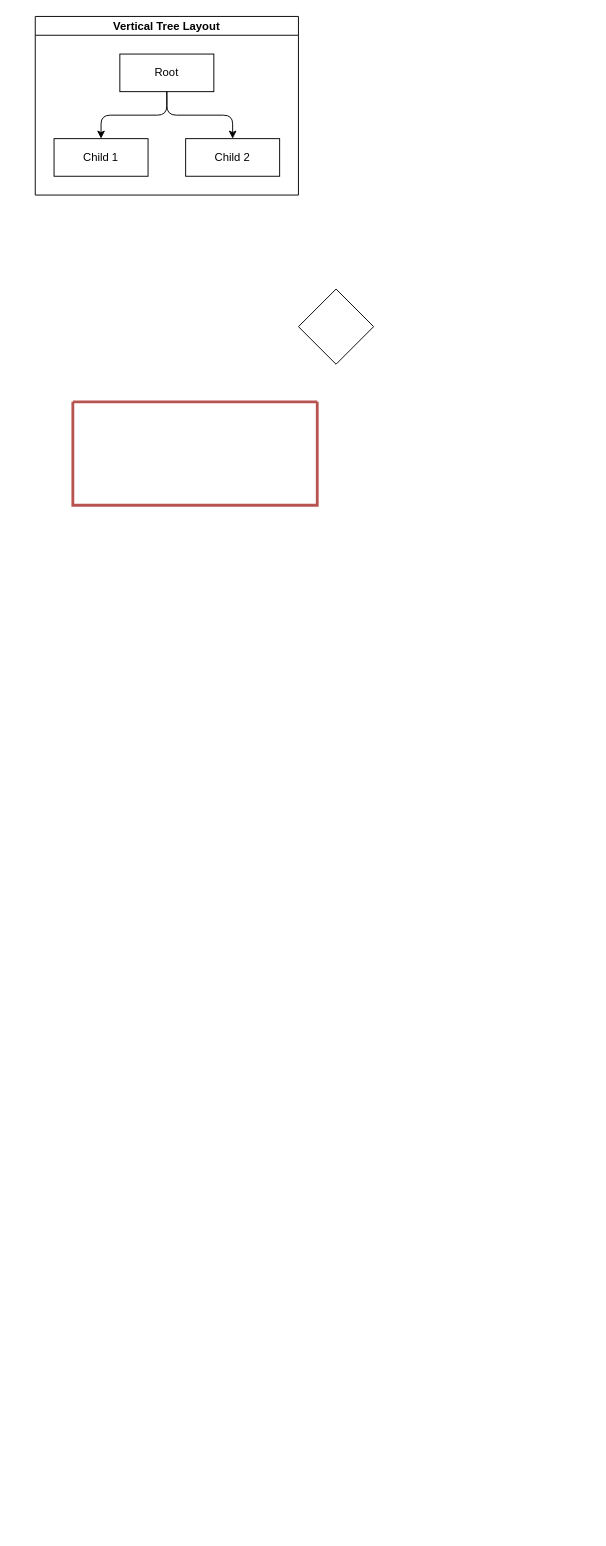
Quixote-Demo/demo keeps this draw.io diagram as page "第 1 页" (1 of 2) of 1233344444.drawio. Above is the earlier version. Source tidied: cells renumbered, new cells numbered last; positions are measured from the earlier drawing's top-left corner, leaving out a move shared by most shapes. Both pictures are drawn from the tidied source at 94%, with x=0, y=0 at pixel (35, 16).
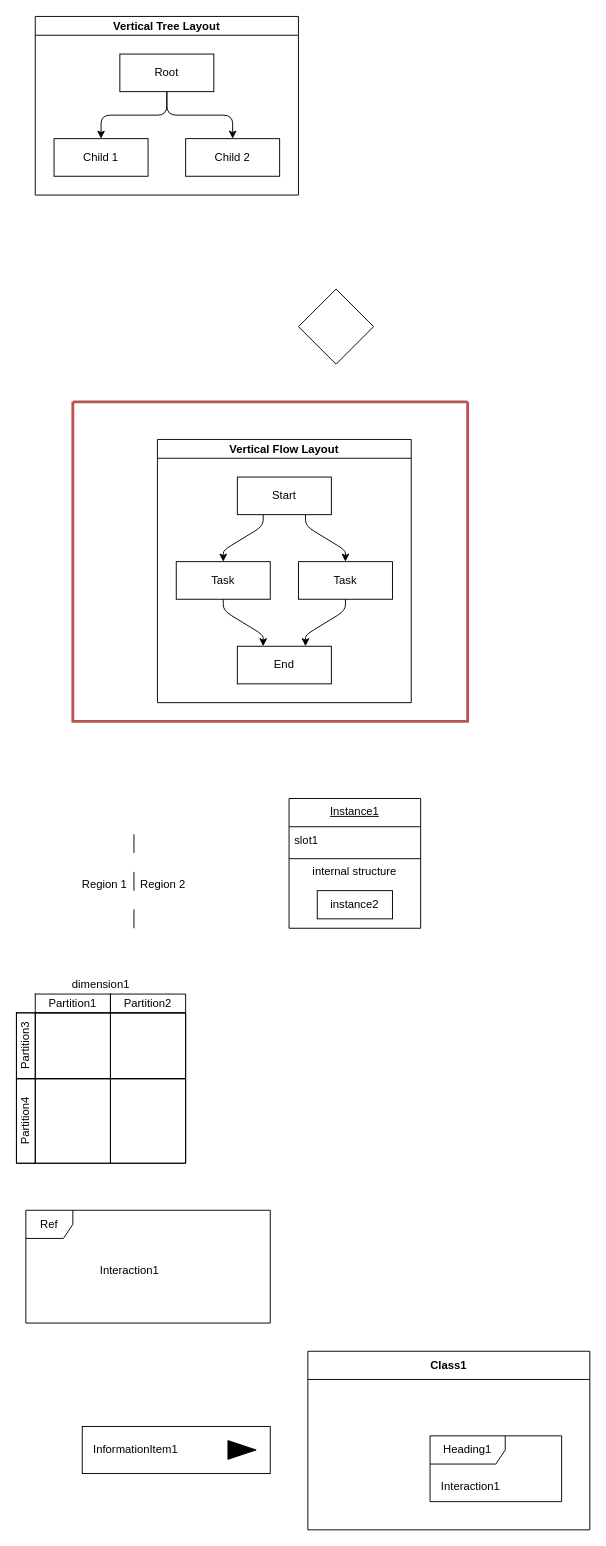
The same page after the edit.

Diff of the diagram source:
```diff
@@
-    <mxCell id="10" style="swimlane;startSize=0;swimlaneFillColor=none;fillColor=#f8cecc;strokeColor=#b85450;strokeWidth=3;" parent="8" vertex="1" collapsed="1">
-      <mxGeometry x="40" y="410" width="260" height="110" as="geometry" />
+    <mxCell id="10" style="swimlane;startSize=0;swimlaneFillColor=none;fillColor=#f8cecc;strokeColor=#b85450;strokeWidth=3;" parent="8" vertex="1">
+      <mxGeometry x="40" y="410" width="420" height="340" as="geometry" />
     </mxCell>
+    <mxCell id="11" value="Vertical Flow Layout" style="swimlane;startSize=20;horizontal=1;flowOrientation=north;interRankCellSpacing=50;containerType=tree;fontSize=12;" parent="10" vertex="1">
+      <mxGeometry x="90" y="40" width="270" height="280" as="geometry" />
+    </mxCell>
+    <mxCell id="12" value="Start" style="whiteSpace=wrap;html=1;" parent="11" vertex="1">
+      <mxGeometry x="85" y="40" width="100" height="40" as="geometry" />
+    </mxCell>
+    <mxCell id="13" value="Task" style="whiteSpace=wrap;html=1;" parent="11" vertex="1">
+      <mxGeometry x="20" y="130" width="100" height="40" as="geometry" />
+    </mxCell>
+    <mxCell id="14" style="html=1;rounded=1;curved=0;sourcePerimeterSpacing=0;targetPerimeterSpacing=0;startSize=6;endSize=6;noEdgeStyle=1;orthogonal=1;" parent="11" edge="1" source="12" target="13">
+      <mxGeometry relative="1" as="geometry">
+        <Array as="points">
+          <mxPoint x="112.5" y="92" />
+          <mxPoint x="70" y="118" />
+        </Array>
+      </mxGeometry>
+    </mxCell>
+    <mxCell id="15" value="Task" style="whiteSpace=wrap;html=1;" parent="11" vertex="1">
+      <mxGeometry x="150" y="130" width="100" height="40" as="geometry" />
+    </mxCell>
+    <mxCell id="16" style="html=1;rounded=1;curved=0;sourcePerimeterSpacing=0;targetPerimeterSpacing=0;startSize=6;endSize=6;noEdgeStyle=1;orthogonal=1;" parent="11" edge="1" source="12" target="15">
+      <mxGeometry relative="1" as="geometry">
+        <Array as="points">
+          <mxPoint x="157.5" y="92" />
+          <mxPoint x="200" y="118" />
+        </Array>
+      </mxGeometry>
+    </mxCell>
+    <mxCell id="17" value="End" style="whiteSpace=wrap;html=1;" parent="11" vertex="1">
+      <mxGeometry x="85" y="220" width="100" height="40" as="geometry" />
+    </mxCell>
+    <mxCell id="18" style="html=1;rounded=1;curved=0;sourcePerimeterSpacing=0;targetPerimeterSpacing=0;startSize=6;endSize=6;noEdgeStyle=1;orthogonal=1;" parent="11" edge="1" source="13" target="17">
+      <mxGeometry relative="1" as="geometry">
+        <Array as="points">
+          <mxPoint x="70" y="182" />
+          <mxPoint x="112.5" y="208" />
+        </Array>
+      </mxGeometry>
+    </mxCell>
+    <mxCell id="19" style="html=1;rounded=1;curved=0;sourcePerimeterSpacing=0;targetPerimeterSpacing=0;startSize=6;endSize=6;noEdgeStyle=1;orthogonal=1;" parent="11" edge="1" source="15" target="17">
+      <mxGeometry relative="1" as="geometry">
+        <Array as="points">
+          <mxPoint x="200" y="182" />
+          <mxPoint x="157.5" y="208" />
+        </Array>
+      </mxGeometry>
+    </mxCell>
+    <mxCell id="20" style="line;strokeWidth=1;direction=south;html=1;dashed=1;dashPattern=20 20;" parent="8" vertex="1">
+      <mxGeometry x="100" y="870" width="10" height="100" as="geometry" />
+    </mxCell>
+    <mxCell id="21" value="Region 1" style="text;align=right;" parent="8" vertex="1">
+      <mxGeometry x="40" y="910" width="60" height="20" as="geometry" />
+    </mxCell>
+    <mxCell id="22" value="Region 2" style="text;align=left;" parent="8" vertex="1">
+      <mxGeometry x="110" y="910" width="60" height="20" as="geometry" />
+    </mxCell>
+    <mxCell id="23" value="Instance1" style="swimlane;fontStyle=4;align=center;verticalAlign=top;horizontal=1;startSize=30;html=1;whiteSpace=wrap;" parent="8" vertex="1">
+      <mxGeometry x="270" y="832" width="140" height="138" as="geometry" />
+    </mxCell>
+    <mxCell id="24" value="slot1" style="html=1;strokeColor=none;fillColor=none;align=left;verticalAlign=middle;spacingLeft=4;spacingRight=4;whiteSpace=wrap;" parent="23" vertex="1">
+      <mxGeometry y="30" width="140" height="30" as="geometry" />
+    </mxCell>
+    <mxCell id="25" style="line;strokeWidth=1;fillColor=none;align=left;verticalAlign=middle;spacingTop=-1;spacingLeft=3;spacingRight=3;labelPosition=right;" parent="23" vertex="1">
+      <mxGeometry y="60" width="140" height="8" as="geometry" />
+    </mxCell>
+    <mxCell id="26" value="internal structure" style="html=1;strokeColor=none;fillColor=none;align=center;verticalAlign=middle;spacingLeft=4;spacingRight=4;whiteSpace=wrap;" parent="23" vertex="1">
+      <mxGeometry y="68" width="140" height="20" as="geometry" />
+    </mxCell>
+    <mxCell id="27" style="swimlane;fontStyle=1;align=center;verticalAlign=top;horizontal=1;startSize=0;html=1;strokeColor=none;fillColor=none;whiteSpace=wrap;" parent="23" vertex="1">
+      <mxGeometry y="88" width="140" height="50" as="geometry" />
+    </mxCell>
+    <mxCell id="28" value="instance2" style="html=1;align=center;verticalAlign=middle;whiteSpace=wrap;" parent="27" vertex="1">
+      <mxGeometry width="80" height="30" relative="1" as="geometry">
+        <mxPoint x="30" y="10" as="offset" />
+      </mxGeometry>
+    </mxCell>
+    <mxCell id="29" value="dimension1" style="shape=table;html=1;whiteSpace=wrap;startSize=20;childLayout=tableLayout;fillColor=none;swimlaneFillColor=#ffffff;strokeColor=none;" parent="8" vertex="1">
+      <mxGeometry x="-20" y="1020" width="180" height="200" as="geometry" />
+    </mxCell>
+    <mxCell id="30" style="shape=partialRectangle;html=1;whiteSpace=wrap;fillColor=none;top=0;left=0;bottom=0;right=0;strokeColor=none;" parent="29" vertex="1">
+      <mxGeometry y="20" width="180" height="20" as="geometry" />
+    </mxCell>
+    <mxCell id="31" style="shape=partialRectangle;html=1;whiteSpace=wrap;fillColor=none;top=1;left=1;bottom=1;right=1;overflow=hidden;strokeColor=none;" parent="30" vertex="1">
+      <mxGeometry width="20" height="20" as="geometry" />
+    </mxCell>
+    <mxCell id="32" value="Partition1" style="shape=partialRectangle;html=1;whiteSpace=wrap;fillColor=none;top=1;left=1;bottom=1;right=1;overflow=hidden;" parent="30" vertex="1">
+      <mxGeometry x="20" width="80" height="20" as="geometry" />
+    </mxCell>
+    <mxCell id="33" value="Partition2" style="shape=partialRectangle;html=1;whiteSpace=wrap;fillColor=none;top=1;left=1;bottom=1;right=1;overflow=hidden;" parent="30" vertex="1">
+      <mxGeometry x="100" width="80" height="20" as="geometry" />
+    </mxCell>
+    <mxCell id="34" style="shape=partialRectangle;html=1;whiteSpace=wrap;fillColor=none;top=1;left=1;bottom=1;right=1;" parent="29" vertex="1">
+      <mxGeometry y="40" width="180" height="70" as="geometry" />
+    </mxCell>
+    <mxCell id="35" value="Partition3" style="shape=partialRectangle;html=1;whiteSpace=wrap;fillColor=none;top=1;left=1;bottom=1;right=1;overflow=hidden;horizontal=0;" parent="34" vertex="1">
+      <mxGeometry width="20" height="70" as="geometry" />
+    </mxCell>
+    <mxCell id="36" style="shape=partialRectangle;html=1;whiteSpace=wrap;fillColor=none;top=1;left=1;bottom=1;right=1;overflow=hidden;" parent="34" vertex="1">
+      <mxGeometry x="20" width="80" height="70" as="geometry" />
+    </mxCell>
+    <mxCell id="37" style="shape=partialRectangle;html=1;whiteSpace=wrap;fillColor=none;top=1;left=1;bottom=1;right=1;overflow=hidden;" parent="34" vertex="1">
+      <mxGeometry x="100" width="80" height="70" as="geometry" />
+    </mxCell>
+    <mxCell id="38" style="shape=partialRectangle;html=1;whiteSpace=wrap;fillColor=none;top=1;left=1;bottom=1;right=1;" parent="29" vertex="1">
+      <mxGeometry y="110" width="180" height="90" as="geometry" />
+    </mxCell>
+    <mxCell id="39" value="Partition4" style="shape=partialRectangle;html=1;whiteSpace=wrap;fillColor=none;top=1;left=1;bottom=1;right=1;overflow=hidden;horizontal=0;" parent="38" vertex="1">
+      <mxGeometry width="20" height="90" as="geometry" />
+    </mxCell>
+    <mxCell id="40" style="shape=partialRectangle;html=1;whiteSpace=wrap;fillColor=none;top=1;left=1;bottom=1;right=1;overflow=hidden;" parent="38" vertex="1">
+      <mxGeometry x="20" width="80" height="90" as="geometry" />
+    </mxCell>
+    <mxCell id="41" style="shape=partialRectangle;html=1;whiteSpace=wrap;fillColor=none;top=1;left=1;bottom=1;right=1;overflow=hidden;" parent="38" vertex="1">
+      <mxGeometry x="100" width="80" height="90" as="geometry" />
+    </mxCell>
+    <mxCell id="42" value="Ref" style="shape=umlFrame;whiteSpace=wrap;html=1;width=50;" parent="8" vertex="1">
+      <mxGeometry x="-10" y="1270" width="260" height="120" as="geometry" />
+    </mxCell>
+    <mxCell id="43" value="Interaction1" style="text;align=center;html=1;" parent="42" vertex="1">
+      <mxGeometry width="100" height="20" relative="1" as="geometry">
+        <mxPoint x="60" y="50" as="offset" />
+      </mxGeometry>
+    </mxCell>
+    <mxCell id="44" value="InformationItem1" style="align=left;spacingLeft=10;html=1;dashed=0;whiteSpace=wrap;" parent="8" vertex="1">
+      <mxGeometry x="50" y="1500" width="200" height="50" as="geometry" />
+    </mxCell>
+    <mxCell id="45" style="shape=triangle;fillColor=strokeColor;" parent="44" vertex="1">
+      <mxGeometry x="1" y="0.5" width="30" height="20" relative="1" as="geometry">
+        <mxPoint x="-45" y="-10" as="offset" />
+      </mxGeometry>
+    </mxCell>
+    <mxCell id="46" value="Class1" style="swimlane;fontStyle=1;align=center;horizontal=1;startSize=30;html=1;whiteSpace=wrap;" parent="8" vertex="1">
+      <mxGeometry x="290" y="1420" width="300" height="190" as="geometry" />
+    </mxCell>
+    <mxCell id="47" value="Heading1" style="shape=umlFrame;whiteSpace=wrap;html=1;width=80;" parent="46" vertex="1">
+      <mxGeometry width="140" height="70" relative="1" as="geometry">
+        <mxPoint x="130" y="90" as="offset" />
+      </mxGeometry>
+    </mxCell>
+    <mxCell id="48" value="Interaction1" style="text;align=left;html=1;" parent="47" vertex="1">
+      <mxGeometry width="100" height="20" relative="1" as="geometry">
+        <mxPoint x="10" y="40" as="offset" />
+      </mxGeometry>
+    </mxCell>
```
